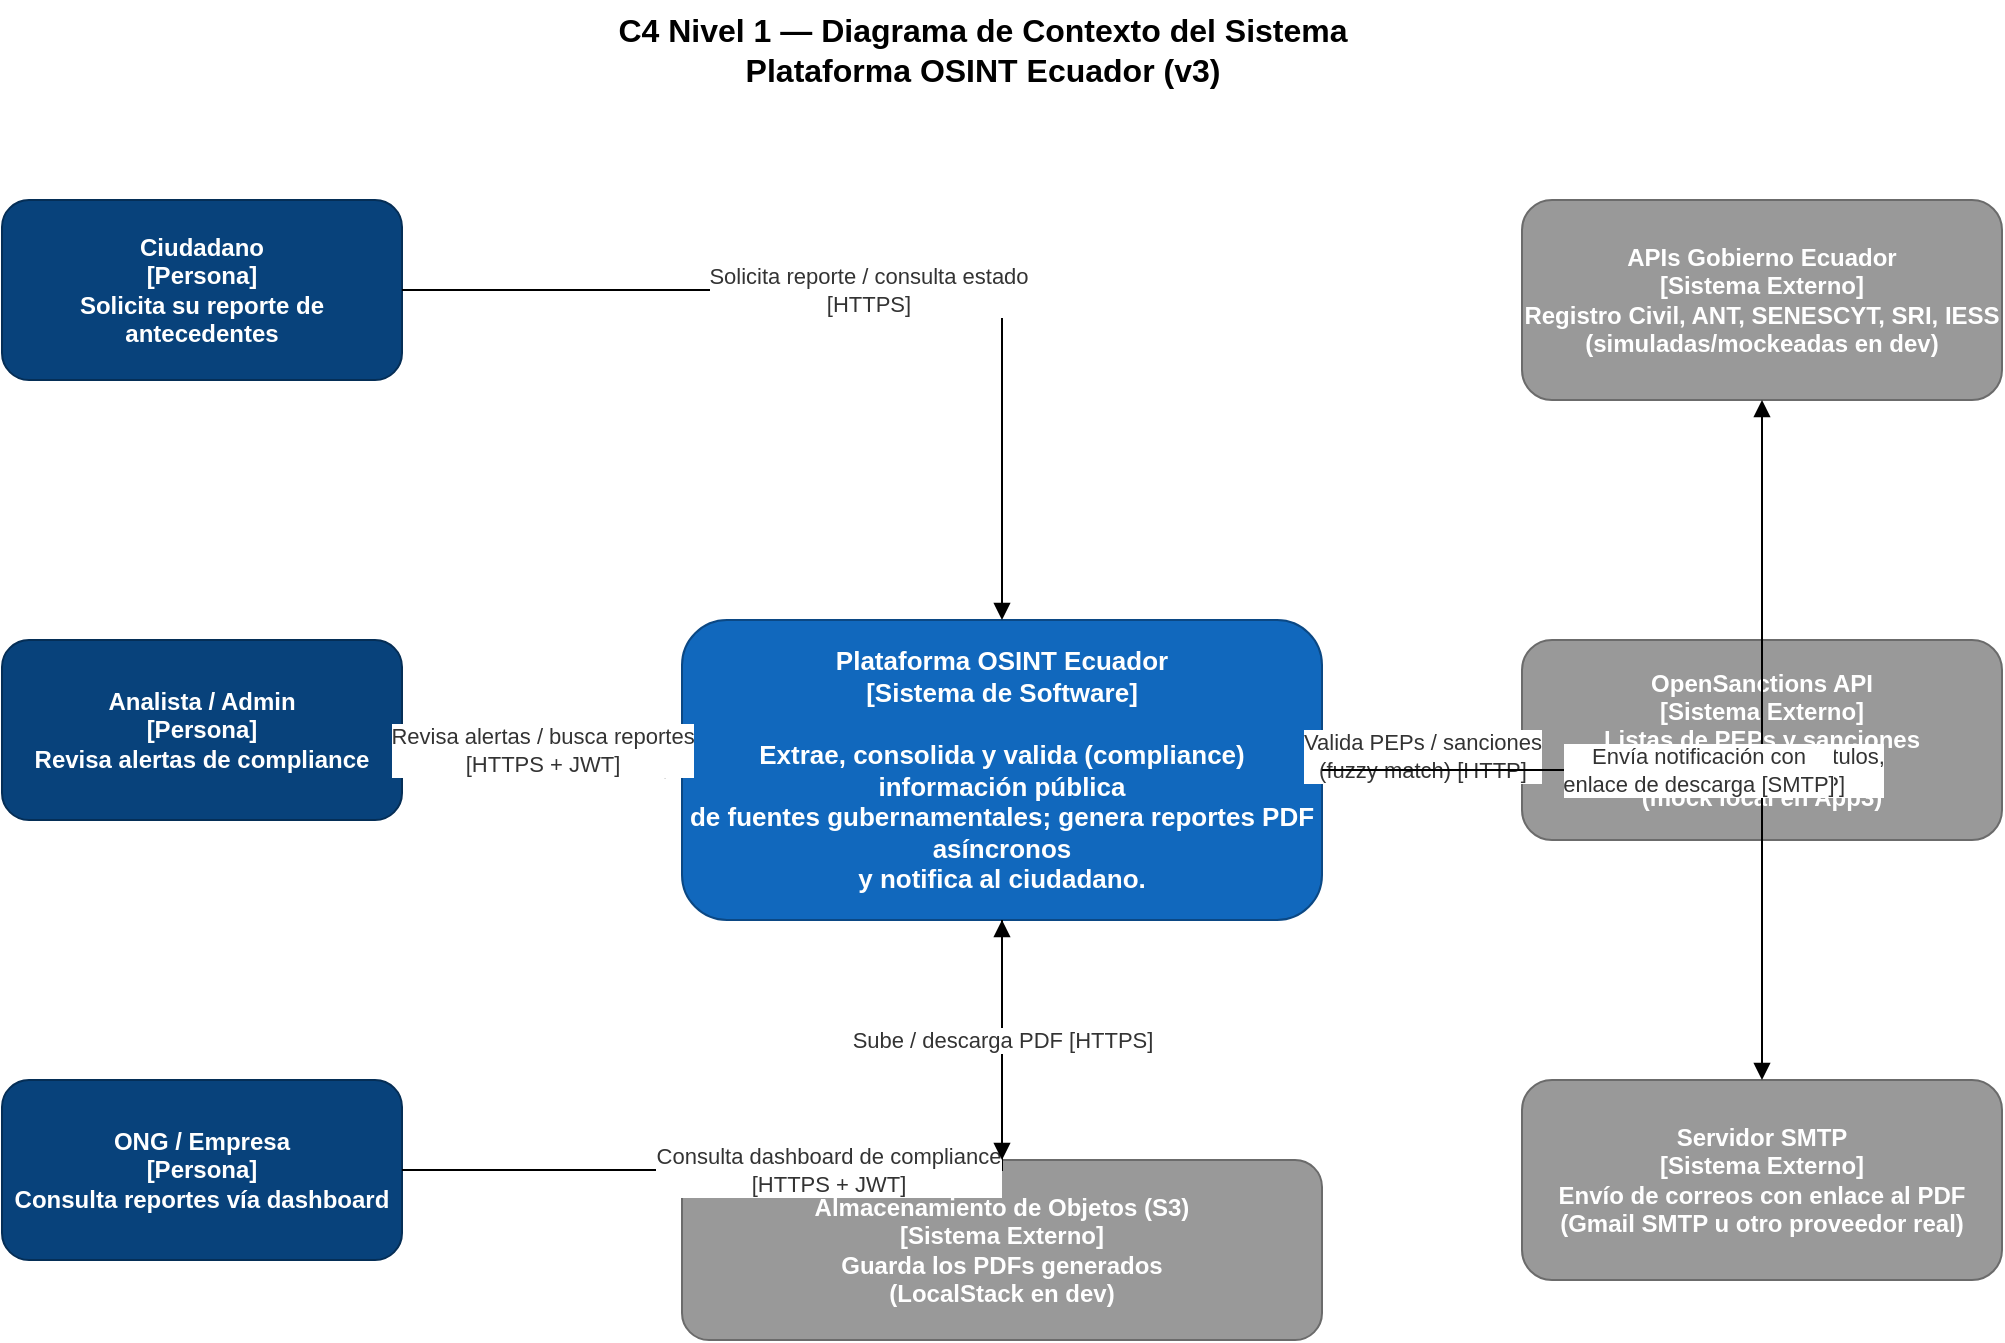
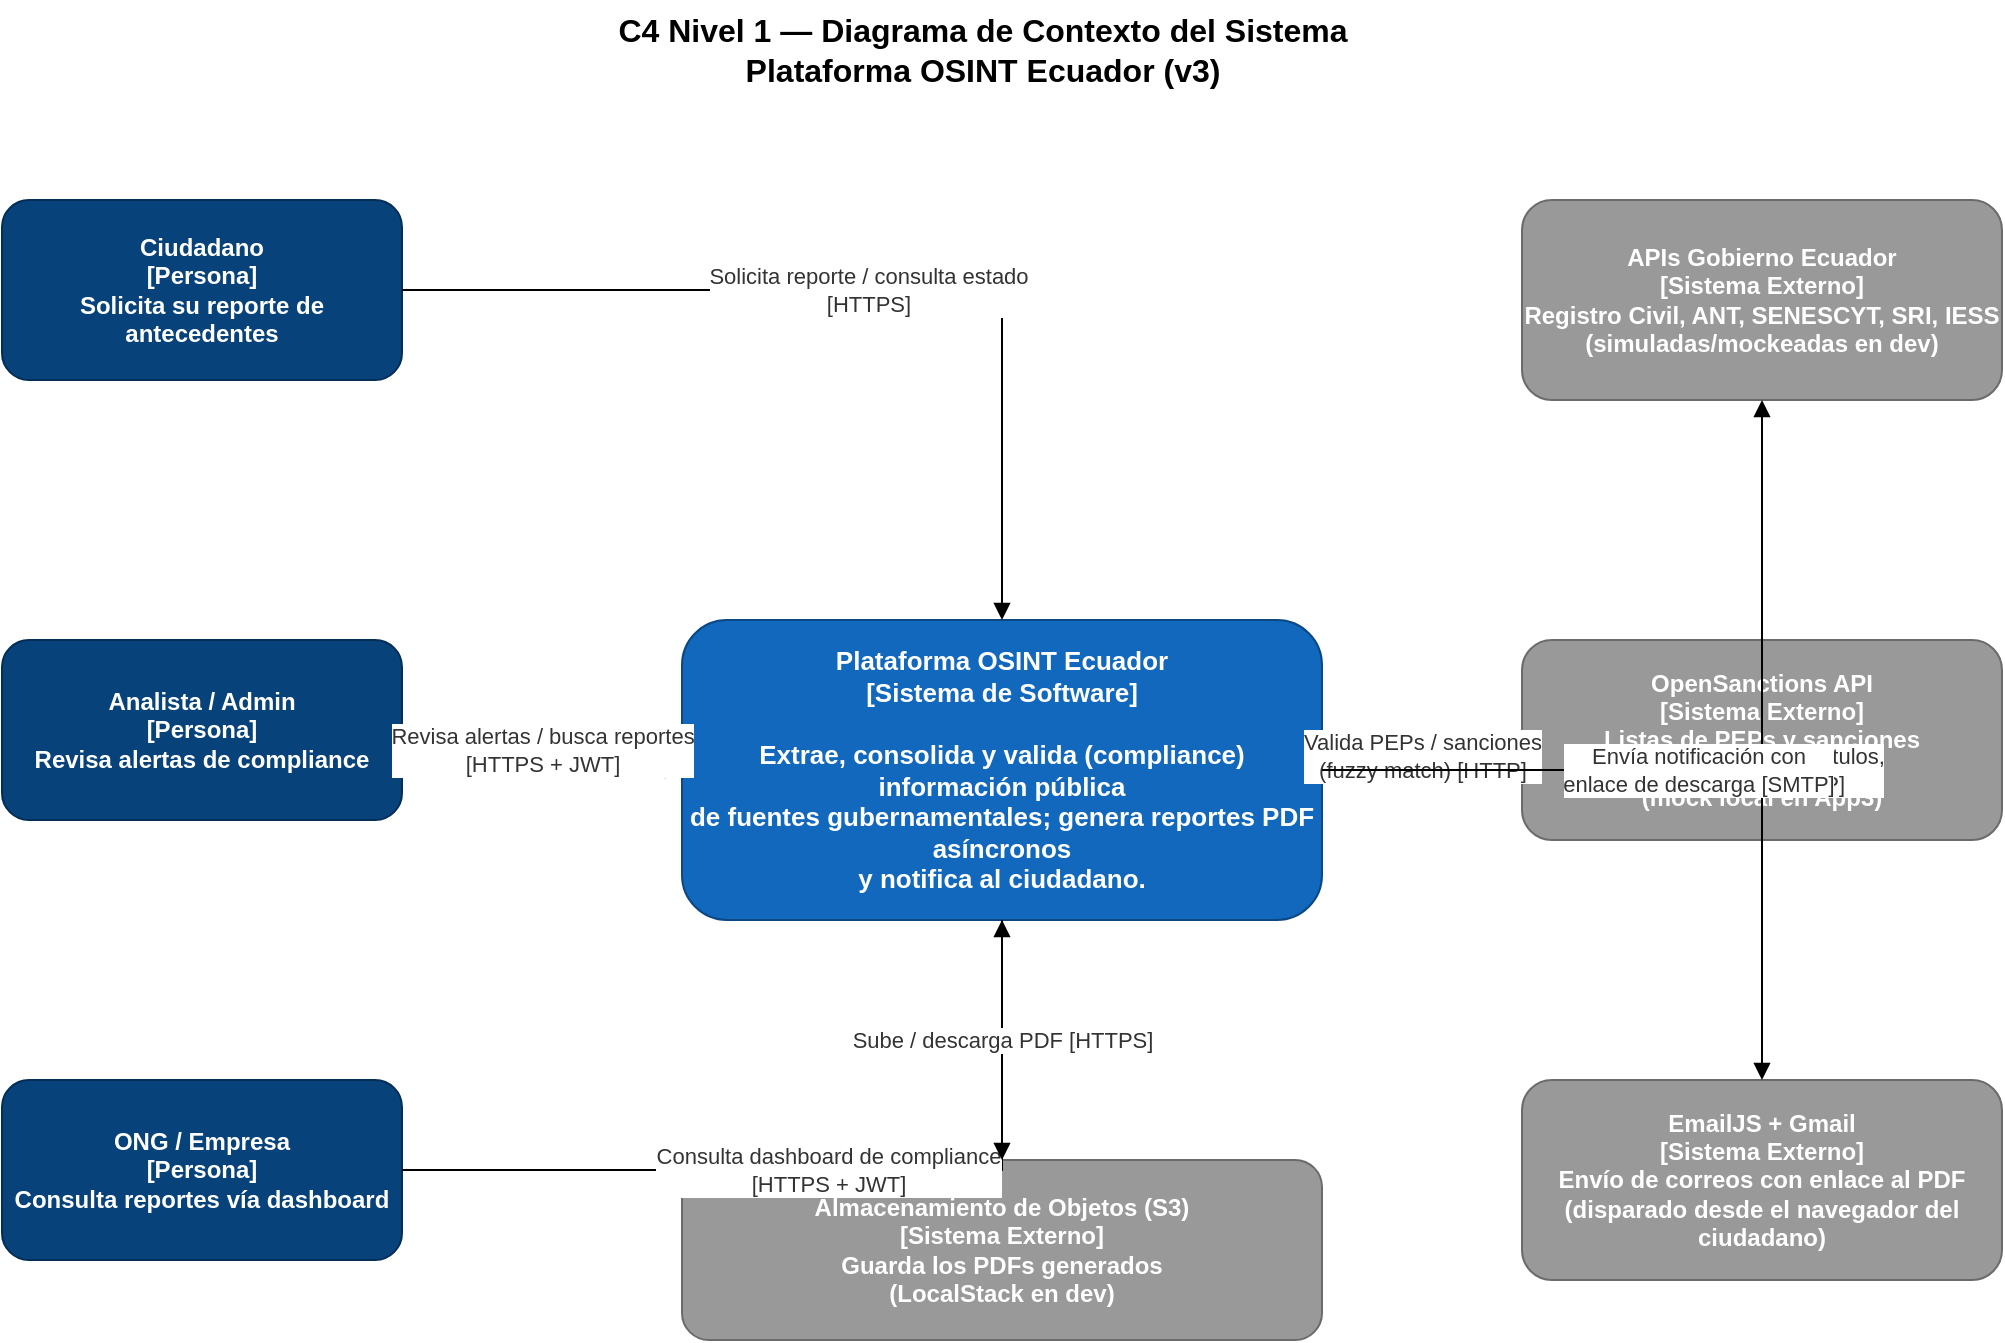
<mxfile host="app.diagrams.net">
  <diagram name="C4 - Nivel 1 Contexto - Plataforma OSINT Ecuador" id="c4-contexto">
    <mxGraphModel dx="900" dy="700" grid="1" gridSize="10" guides="1" tooltips="1" connect="1" arrows="1" fold="1" page="1" pageScale="1" pageWidth="1100" pageHeight="850" math="0" shadow="0">
      <root>
        <mxCell id="0" />
        <mxCell id="1" parent="0" />

        <!-- Título -->
        <mxCell id="titulo" value="C4 Nivel 1 — Diagrama de Contexto del Sistema&#10;Plataforma OSINT Ecuador (v3)" style="text;html=1;align=center;verticalAlign=middle;fontStyle=1;fontSize=16;" vertex="1" parent="1">
          <mxGeometry x="300" y="20" width="500" height="50" as="geometry" />
        </mxCell>

        <!-- Actores -->
        <mxCell id="act-ciudadano" value="Ciudadano&#10;[Persona]&#10;Solicita su reporte de antecedentes" style="rounded=1;whiteSpace=wrap;html=1;fillColor=#08427b;strokeColor=#052E56;fontColor=#ffffff;fontSize=12;fontStyle=1;" vertex="1" parent="1">
          <mxGeometry x="60" y="120" width="200" height="90" as="geometry" />
        </mxCell>

        <mxCell id="act-analista" value="Analista / Admin&#10;[Persona]&#10;Revisa alertas de compliance" style="rounded=1;whiteSpace=wrap;html=1;fillColor=#08427b;strokeColor=#052E56;fontColor=#ffffff;fontSize=12;fontStyle=1;" vertex="1" parent="1">
          <mxGeometry x="60" y="340" width="200" height="90" as="geometry" />
        </mxCell>

        <mxCell id="act-ong" value="ONG / Empresa&#10;[Persona]&#10;Consulta reportes vía dashboard" style="rounded=1;whiteSpace=wrap;html=1;fillColor=#08427b;strokeColor=#052E56;fontColor=#ffffff;fontSize=12;fontStyle=1;" vertex="1" parent="1">
          <mxGeometry x="60" y="560" width="200" height="90" as="geometry" />
        </mxCell>

        <!-- Sistema central -->
        <mxCell id="sistema" value="Plataforma OSINT Ecuador&#10;[Sistema de Software]&#10;&#10;Extrae, consolida y valida (compliance) información pública&#10;de fuentes gubernamentales; genera reportes PDF asíncronos&#10;y notifica al ciudadano." style="rounded=1;whiteSpace=wrap;html=1;fillColor=#1168bd;strokeColor=#0b4884;fontColor=#ffffff;fontSize=13;fontStyle=1;" vertex="1" parent="1">
          <mxGeometry x="400" y="330" width="320" height="150" as="geometry" />
        </mxCell>

        <!-- Sistemas externos -->
        <mxCell id="ext-gob" value="APIs Gobierno Ecuador&#10;[Sistema Externo]&#10;Registro Civil, ANT, SENESCYT, SRI, IESS&#10;(simuladas/mockeadas en dev)" style="rounded=1;whiteSpace=wrap;html=1;fillColor=#999999;strokeColor=#6b6b6b;fontColor=#ffffff;fontSize=12;fontStyle=1;" vertex="1" parent="1">
          <mxGeometry x="820" y="120" width="240" height="100" as="geometry" />
        </mxCell>

        <mxCell id="ext-opensanctions" value="OpenSanctions API&#10;[Sistema Externo]&#10;Listas de PEPs y sanciones internacionales&#10;(mock local en App3)" style="rounded=1;whiteSpace=wrap;html=1;fillColor=#999999;strokeColor=#6b6b6b;fontColor=#ffffff;fontSize=12;fontStyle=1;" vertex="1" parent="1">
          <mxGeometry x="820" y="340" width="240" height="100" as="geometry" />
        </mxCell>

-         <mxCell id="ext-mail" value="Servidor SMTP&#10;[Sistema Externo]&#10;Envío de correos con enlace al PDF&#10;(Gmail SMTP u otro proveedor real)" style="rounded=1;whiteSpace=wrap;html=1;fillColor=#999999;strokeColor=#6b6b6b;fontColor=#ffffff;fontSize=12;fontStyle=1;" vertex="1" parent="1">
+         <mxCell id="ext-mail" value="EmailJS + Gmail&#10;[Sistema Externo]&#10;Envío de correos con enlace al PDF&#10;(disparado desde el navegador del ciudadano)" style="rounded=1;whiteSpace=wrap;html=1;fillColor=#999999;strokeColor=#6b6b6b;fontColor=#ffffff;fontSize=12;fontStyle=1;" vertex="1" parent="1">
          <mxGeometry x="820" y="560" width="240" height="100" as="geometry" />
        </mxCell>

        <mxCell id="ext-s3" value="Almacenamiento de Objetos (S3)&#10;[Sistema Externo]&#10;Guarda los PDFs generados&#10;(LocalStack en dev)" style="rounded=1;whiteSpace=wrap;html=1;fillColor=#999999;strokeColor=#6b6b6b;fontColor=#ffffff;fontSize=12;fontStyle=1;" vertex="1" parent="1">
          <mxGeometry x="400" y="600" width="320" height="90" as="geometry" />
        </mxCell>

        <!-- Relaciones -->
        <mxCell id="e1" value="Solicita reporte / consulta estado&#10;[HTTPS]" style="edgeStyle=orthogonalEdgeStyle;rounded=0;html=1;endArrow=block;fontSize=11;fontColor=#333333;" edge="1" parent="1" source="act-ciudadano" target="sistema">
          <mxGeometry relative="1" as="geometry" />
        </mxCell>

        <mxCell id="e2" value="Revisa alertas / busca reportes&#10;[HTTPS + JWT]" style="edgeStyle=orthogonalEdgeStyle;rounded=0;html=1;endArrow=block;fontSize=11;fontColor=#333333;" edge="1" parent="1" source="act-analista" target="sistema">
          <mxGeometry relative="1" as="geometry" />
        </mxCell>

        <mxCell id="e3" value="Consulta dashboard de compliance&#10;[HTTPS + JWT]" style="edgeStyle=orthogonalEdgeStyle;rounded=0;html=1;endArrow=block;fontSize=11;fontColor=#333333;" edge="1" parent="1" source="act-ong" target="sistema">
          <mxGeometry relative="1" as="geometry" />
        </mxCell>

        <mxCell id="e4" value="Consulta cédula, multas, títulos,&#10;RUC y afiliación [HTTP]" style="edgeStyle=orthogonalEdgeStyle;rounded=0;html=1;endArrow=block;fontSize=11;fontColor=#333333;" edge="1" parent="1" source="sistema" target="ext-gob">
          <mxGeometry relative="1" as="geometry" />
        </mxCell>

        <mxCell id="e5" value="Valida PEPs / sanciones&#10;(fuzzy match) [HTTP]" style="edgeStyle=orthogonalEdgeStyle;rounded=0;html=1;endArrow=block;fontSize=11;fontColor=#333333;" edge="1" parent="1" source="sistema" target="ext-opensanctions">
          <mxGeometry relative="1" as="geometry" />
        </mxCell>

        <mxCell id="e6" value="Envía notificación con&#10;enlace de descarga [SMTP]" style="edgeStyle=orthogonalEdgeStyle;rounded=0;html=1;endArrow=block;fontSize=11;fontColor=#333333;" edge="1" parent="1" source="sistema" target="ext-mail">
          <mxGeometry relative="1" as="geometry" />
        </mxCell>

        <mxCell id="e7" value="Sube / descarga PDF [HTTPS]" style="edgeStyle=orthogonalEdgeStyle;rounded=0;html=1;endArrow=block;fontSize=11;fontColor=#333333;" edge="1" parent="1" source="sistema" target="ext-s3">
          <mxGeometry relative="1" as="geometry" />
        </mxCell>

      </root>
    </mxGraphModel>
  </diagram>
</mxfile>
